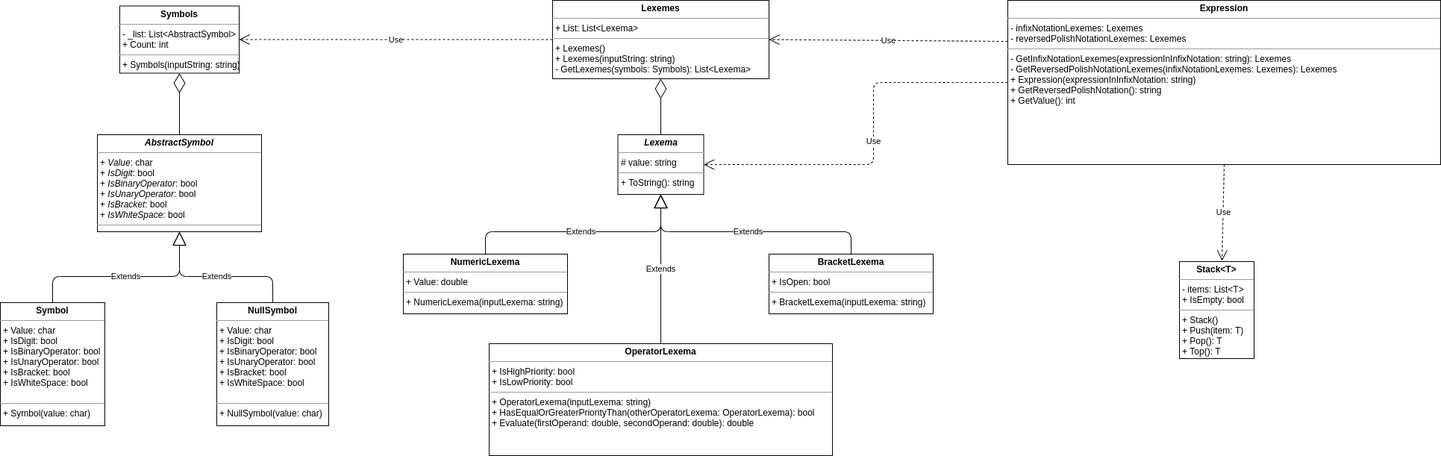
arngrey/02_ObjectOrientedProgrammingExample keeps this draw.io diagram as UML.png. Above is the earlier version. Source tidied: cells renumbered, new cells last; positions are measured from the earlier drawing's top-left corner, leaving out a move shared by most shapes.
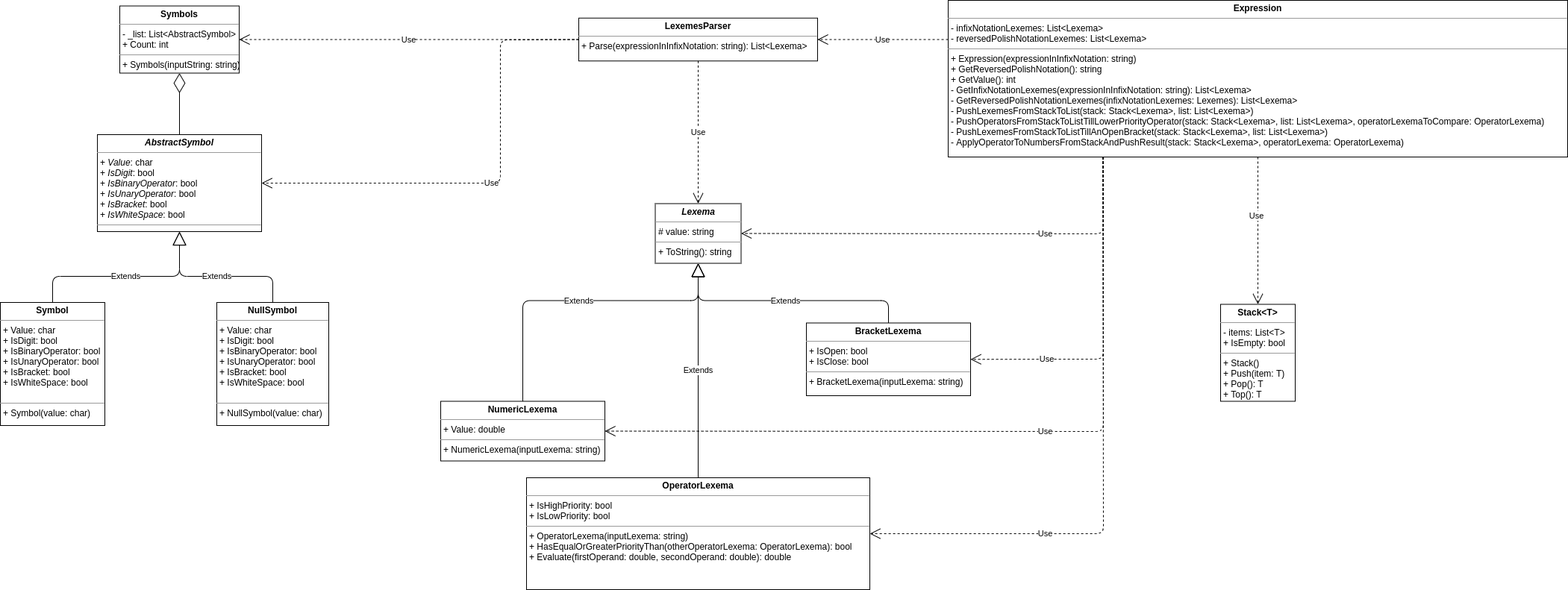
The same diagram one commit later.

Commit message:
Обновил UML

The edit, as a diff of the source:
```diff
@@ -3,98 +3,128 @@
     <mxCell id="0" />
     <mxCell id="1" parent="0" />
     <mxCell id="2" value="&lt;p style=&quot;margin: 0px ; margin-top: 4px ; text-align: center&quot;&gt;&lt;b&gt;&lt;i&gt;Lexema&lt;/i&gt;&lt;/b&gt;&lt;/p&gt;&lt;hr size=&quot;1&quot;&gt;&lt;p style=&quot;margin: 0px ; margin-left: 4px&quot;&gt;# value: string&lt;/p&gt;&lt;hr size=&quot;1&quot;&gt;&lt;p style=&quot;margin: 0px ; margin-left: 4px&quot;&gt;+ ToString(): string&lt;/p&gt;" style="verticalAlign=top;align=left;overflow=fill;fontSize=12;fontFamily=Helvetica;html=1;" parent="1" vertex="1">
-      <mxGeometry x="827.5" y="180" width="115" height="80" as="geometry" />
+      <mxGeometry x="827.5" y="272.5" width="115" height="80" as="geometry" />
     </mxCell>
     <mxCell id="3" value="&lt;p style=&quot;margin: 0px ; margin-top: 4px ; text-align: center&quot;&gt;&lt;b&gt;Stack&amp;lt;T&amp;gt;&lt;/b&gt;&lt;/p&gt;&lt;hr size=&quot;1&quot;&gt;&lt;p style=&quot;margin: 0px ; margin-left: 4px&quot;&gt;- items: List&amp;lt;T&amp;gt;&lt;/p&gt;&lt;p style=&quot;margin: 0px ; margin-left: 4px&quot;&gt;+ IsEmpty: bool&lt;br&gt;&lt;/p&gt;&lt;hr size=&quot;1&quot;&gt;&lt;p style=&quot;margin: 0px ; margin-left: 4px&quot;&gt;+ Stack()&lt;/p&gt;&lt;p style=&quot;margin: 0px ; margin-left: 4px&quot;&gt;+ Push(item: T)&lt;/p&gt;&lt;p style=&quot;margin: 0px ; margin-left: 4px&quot;&gt;+ Pop(): T&lt;/p&gt;&lt;p style=&quot;margin: 0px ; margin-left: 4px&quot;&gt;+ Top(): T&lt;/p&gt;" style="verticalAlign=top;align=left;overflow=fill;fontSize=12;fontFamily=Helvetica;html=1;" parent="1" vertex="1">
-      <mxGeometry x="1580" y="350" width="100" height="130" as="geometry" />
+      <mxGeometry x="1585" y="407.5" width="100" height="130" as="geometry" />
     </mxCell>
-    <mxCell id="4" value="&lt;p style=&quot;margin: 0px ; margin-top: 4px ; text-align: center&quot;&gt;&lt;b&gt;Expression&lt;/b&gt;&lt;/p&gt;&lt;hr size=&quot;1&quot;&gt;&lt;p style=&quot;margin: 0px ; margin-left: 4px&quot;&gt;- infixNotationLexemes: Lexemes&lt;/p&gt;&lt;p style=&quot;margin: 0px ; margin-left: 4px&quot;&gt;- reversedPolishNotationLexemes: Lexemes&lt;br&gt;&lt;/p&gt;&lt;hr size=&quot;1&quot;&gt;&lt;p style=&quot;margin: 0px ; margin-left: 4px&quot;&gt;- GetInfixNotationLexemes(expressionInInfixNotation: string): Lexemes&lt;/p&gt;&lt;p style=&quot;margin: 0px ; margin-left: 4px&quot;&gt;- GetReversedPolishNotationLexemes(infixNotationLexemes: Lexemes): Lexemes&lt;/p&gt;&lt;p style=&quot;margin: 0px ; margin-left: 4px&quot;&gt;+ Expression(expressionInInfixNotation: string)&lt;br style=&quot;padding: 0px ; margin: 0px&quot;&gt;+ GetReversedPolishNotation(): string&lt;br style=&quot;padding: 0px ; margin: 0px&quot;&gt;+ GetValue(): int&lt;br&gt;&lt;/p&gt;" style="verticalAlign=top;align=left;overflow=fill;fontSize=12;fontFamily=Helvetica;html=1;" parent="1" vertex="1">
-      <mxGeometry x="1350" width="580" height="220" as="geometry" />
+    <mxCell id="4" value="&lt;p style=&quot;margin: 0px ; margin-top: 4px ; text-align: center&quot;&gt;&lt;b&gt;Expression&lt;/b&gt;&lt;/p&gt;&lt;hr size=&quot;1&quot;&gt;&lt;p style=&quot;margin: 0px ; margin-left: 4px&quot;&gt;- infixNotationLexemes: List&amp;lt;Lexema&amp;gt;&lt;/p&gt;&lt;p style=&quot;margin: 0px ; margin-left: 4px&quot;&gt;- reversedPolishNotationLexemes: List&amp;lt;Lexema&amp;gt;&lt;br&gt;&lt;/p&gt;&lt;hr size=&quot;1&quot;&gt;&lt;p style=&quot;margin: 0px ; margin-left: 4px&quot;&gt;+ Expression(expressionInInfixNotation: string)&lt;br style=&quot;padding: 0px ; margin: 0px&quot;&gt;+ GetReversedPolishNotation(): string&lt;br style=&quot;padding: 0px ; margin: 0px&quot;&gt;+ GetValue(): int&lt;br&gt;- GetInfixNotationLexemes(expressionInInfixNotation: string): List&amp;lt;Lexema&amp;gt;&lt;/p&gt;&lt;p style=&quot;margin: 0px ; margin-left: 4px&quot;&gt;- GetReversedPolishNotationLexemes(infixNotationLexemes: Lexemes): List&amp;lt;Lexema&amp;gt;&lt;/p&gt;&lt;p style=&quot;margin: 0px ; margin-left: 4px&quot;&gt;-&amp;nbsp;PushLexemesFromStackToList(stack:&amp;nbsp;Stack&amp;lt;Lexema&amp;gt;,&amp;nbsp;list:&amp;nbsp;List&amp;lt;Lexema&amp;gt;&lt;span&gt;)&lt;/span&gt;&lt;/p&gt;&lt;p style=&quot;margin: 0px ; margin-left: 4px&quot;&gt;-&amp;nbsp;PushOperatorsFromStackToListTillLowerPriorityOperator(stack: Stack&amp;lt;Lexema&amp;gt;, list: List&amp;lt;Lexema&amp;gt;, operatorLexemaToCompare: OperatorLexema)&lt;br&gt;-&amp;nbsp;PushLexemesFromStackToListTillAnOpenBracket(stack: Stack&amp;lt;Lexema&amp;gt;, list: List&amp;lt;Lexema&amp;gt;)&lt;br&gt;-&amp;nbsp;ApplyOperatorToNumbersFromStackAndPushResult(stack: Stack&amp;lt;Lexema&amp;gt;, operatorLexema: OperatorLexema)&lt;/p&gt;" style="verticalAlign=top;align=left;overflow=fill;fontSize=12;fontFamily=Helvetica;html=1;" parent="1" vertex="1">
+      <mxGeometry x="1220" width="830" height="210" as="geometry" />
     </mxCell>
     <mxCell id="5" value="&lt;p style=&quot;margin: 0px ; margin-top: 4px ; text-align: center&quot;&gt;&lt;b&gt;NumericLexema&lt;/b&gt;&lt;/p&gt;&lt;hr size=&quot;1&quot;&gt;&lt;p style=&quot;margin: 0px ; margin-left: 4px&quot;&gt;+ Value: double&lt;/p&gt;&lt;hr size=&quot;1&quot;&gt;&lt;p style=&quot;margin: 0px ; margin-left: 4px&quot;&gt;+ NumericLexema(inputLexema: string)&lt;/p&gt;" style="verticalAlign=top;align=left;overflow=fill;fontSize=12;fontFamily=Helvetica;html=1;" parent="1" vertex="1">
-      <mxGeometry x="540" y="340" width="220" height="80" as="geometry" />
+      <mxGeometry x="540" y="537.5" width="220" height="80" as="geometry" />
     </mxCell>
     <mxCell id="6" value="&lt;p style=&quot;margin: 0px ; margin-top: 4px ; text-align: center&quot;&gt;&lt;b&gt;OperatorLexema&lt;/b&gt;&lt;/p&gt;&lt;hr size=&quot;1&quot;&gt;&lt;p style=&quot;margin: 0px ; margin-left: 4px&quot;&gt;+ IsHighPriority: bool&lt;/p&gt;&lt;p style=&quot;margin: 0px ; margin-left: 4px&quot;&gt;+ IsLowPriority: bool&lt;/p&gt;&lt;hr size=&quot;1&quot;&gt;&lt;p style=&quot;margin: 0px ; margin-left: 4px&quot;&gt;+ OperatorLexema(inputLexema: string)&lt;/p&gt;&lt;p style=&quot;margin: 0px ; margin-left: 4px&quot;&gt;+ HasEqualOrGreaterPriorityThan(otherOperatorLexema: OperatorLexema): bool&lt;/p&gt;&lt;p style=&quot;margin: 0px ; margin-left: 4px&quot;&gt;+ Evaluate(firstOperand: double, secondOperand: double): double&lt;/p&gt;" style="verticalAlign=top;align=left;overflow=fill;fontSize=12;fontFamily=Helvetica;html=1;" parent="1" vertex="1">
-      <mxGeometry x="655" y="460" width="460" height="150" as="geometry" />
+      <mxGeometry x="655" y="640" width="460" height="150" as="geometry" />
     </mxCell>
-    <mxCell id="7" value="&lt;p style=&quot;margin: 0px ; margin-top: 4px ; text-align: center&quot;&gt;&lt;b&gt;BracketLexema&lt;/b&gt;&lt;/p&gt;&lt;hr size=&quot;1&quot;&gt;&lt;p style=&quot;margin: 0px ; margin-left: 4px&quot;&gt;+ IsOpen: bool&lt;/p&gt;&lt;hr size=&quot;1&quot;&gt;&lt;p style=&quot;margin: 0px ; margin-left: 4px&quot;&gt;+ BracketLexema(inputLexema: string)&lt;/p&gt;" style="verticalAlign=top;align=left;overflow=fill;fontSize=12;fontFamily=Helvetica;html=1;" parent="1" vertex="1">
-      <mxGeometry x="1030" y="340" width="220" height="80" as="geometry" />
+    <mxCell id="7" value="&lt;p style=&quot;margin: 0px ; margin-top: 4px ; text-align: center&quot;&gt;&lt;b&gt;BracketLexema&lt;/b&gt;&lt;/p&gt;&lt;hr size=&quot;1&quot;&gt;&lt;p style=&quot;margin: 0px ; margin-left: 4px&quot;&gt;+ IsOpen: bool&lt;/p&gt;&lt;p style=&quot;margin: 0px ; margin-left: 4px&quot;&gt;+ IsClose: bool&lt;/p&gt;&lt;hr size=&quot;1&quot;&gt;&lt;p style=&quot;margin: 0px ; margin-left: 4px&quot;&gt;+ BracketLexema(inputLexema: string)&lt;/p&gt;" style="verticalAlign=top;align=left;overflow=fill;fontSize=12;fontFamily=Helvetica;html=1;" parent="1" vertex="1">
+      <mxGeometry x="1030" y="432.5" width="220" height="97.5" as="geometry" />
     </mxCell>
     <mxCell id="8" value="&lt;p style=&quot;margin: 0px ; margin-top: 4px ; text-align: center&quot;&gt;&lt;b&gt;Symbol&lt;/b&gt;&lt;/p&gt;&lt;hr size=&quot;1&quot;&gt;&lt;p style=&quot;margin: 0px 0px 0px 4px&quot;&gt;+&amp;nbsp;Value: char&lt;/p&gt;&lt;p style=&quot;margin: 0px 0px 0px 4px&quot;&gt;+&amp;nbsp;IsDigit: bool&lt;/p&gt;&lt;p style=&quot;margin: 0px 0px 0px 4px&quot;&gt;+&amp;nbsp;IsBinaryOperator: bool&lt;br&gt;&lt;/p&gt;&lt;p style=&quot;margin: 0px 0px 0px 4px&quot;&gt;+&amp;nbsp;IsUnaryOperator: bool&lt;br&gt;&lt;/p&gt;&lt;p style=&quot;margin: 0px 0px 0px 4px&quot;&gt;+&amp;nbsp;IsBracket: bool&lt;br&gt;&lt;/p&gt;&lt;p style=&quot;margin: 0px 0px 0px 4px&quot;&gt;+&amp;nbsp;IsWhiteSpace: bool&lt;br&gt;&lt;/p&gt;&lt;div&gt;&lt;br&gt;&lt;/div&gt;&lt;hr size=&quot;1&quot;&gt;&lt;p style=&quot;margin: 0px ; margin-left: 4px&quot;&gt;+ Symbol(value: char)&lt;/p&gt;" style="verticalAlign=top;align=left;overflow=fill;fontSize=12;fontFamily=Helvetica;html=1;" parent="1" vertex="1">
-      <mxGeometry y="405" width="140" height="165" as="geometry" />
+      <mxGeometry x="-50" y="405" width="140" height="165" as="geometry" />
     </mxCell>
-    <mxCell id="9" value="&lt;p style=&quot;margin: 0px ; margin-top: 4px ; text-align: center&quot;&gt;&lt;b&gt;Lexemes&lt;/b&gt;&lt;/p&gt;&lt;hr size=&quot;1&quot;&gt;&lt;p style=&quot;margin: 0px ; margin-left: 4px&quot;&gt;+ List: List&amp;lt;Lexema&amp;gt;&lt;/p&gt;&lt;hr size=&quot;1&quot;&gt;&lt;p style=&quot;margin: 0px ; margin-left: 4px&quot;&gt;+ Lexemes()&lt;/p&gt;&lt;p style=&quot;margin: 0px ; margin-left: 4px&quot;&gt;+ Lexemes(inputString: string)&lt;/p&gt;&lt;p style=&quot;margin: 0px ; margin-left: 4px&quot;&gt;- GetLexemes(symbols: Symbols): List&amp;lt;Lexema&amp;gt;&lt;/p&gt;" style="verticalAlign=top;align=left;overflow=fill;fontSize=12;fontFamily=Helvetica;html=1;" parent="1" vertex="1">
-      <mxGeometry x="740" width="290" height="105" as="geometry" />
+    <mxCell id="9" value="&lt;p style=&quot;margin: 0px ; margin-top: 4px ; text-align: center&quot;&gt;&lt;b&gt;LexemesParser&lt;/b&gt;&lt;/p&gt;&lt;hr size=&quot;1&quot;&gt;&lt;p style=&quot;margin: 0px ; margin-left: 4px&quot;&gt;&lt;/p&gt;&lt;p style=&quot;margin: 0px ; margin-left: 4px&quot;&gt;+ Parse(expressionInInfixNotation: string):&amp;nbsp;List&amp;lt;Lexema&amp;gt;&lt;br&gt;&lt;/p&gt;" style="verticalAlign=top;align=left;overflow=fill;fontSize=12;fontFamily=Helvetica;html=1;" parent="1" vertex="1">
+      <mxGeometry x="725" y="23.8" width="320" height="57.5" as="geometry" />
     </mxCell>
     <mxCell id="10" value="Use" style="endArrow=open;endSize=12;dashed=1;html=1;exitX=0;exitY=0.25;exitDx=0;exitDy=0;entryX=1;entryY=0.5;entryDx=0;entryDy=0;" parent="1" edge="1" source="4" target="9">
       <mxGeometry relative="1" as="geometry" />
     </mxCell>
-    <mxCell id="11" style="endArrow=diamondThin;endFill=0;endSize=24;html=1;entryX=0.5;entryY=1;entryDx=0;entryDy=0;exitX=0.5;exitY=0;exitDx=0;exitDy=0;" parent="1" edge="1" source="2" target="9">
-      <mxGeometry relative="1" as="geometry" />
-    </mxCell>
     <mxCell id="12" value="Extends" style="endArrow=block;endSize=16;endFill=0;html=1;entryX=0.5;entryY=1;entryDx=0;entryDy=0;exitX=0.5;exitY=0;exitDx=0;exitDy=0;" parent="1" edge="1" source="5" target="2">
       <mxGeometry relative="1" as="geometry">
         <Array as="points">
-          <mxPoint x="650" y="310" />
-          <mxPoint x="885" y="310" />
+          <mxPoint x="650" y="402.5" />
+          <mxPoint x="885" y="402.5" />
         </Array>
       </mxGeometry>
     </mxCell>
     <mxCell id="13" value="Extends" style="endArrow=block;endSize=16;endFill=0;html=1;entryX=0.5;entryY=1;entryDx=0;entryDy=0;exitX=0.5;exitY=0;exitDx=0;exitDy=0;" parent="1" edge="1" target="2">
       <mxGeometry relative="1" as="geometry">
-        <mxPoint x="1140" y="340" as="sourcePoint" />
+        <mxPoint x="1140" y="432.5" as="sourcePoint" />
         <Array as="points">
-          <mxPoint x="1140" y="310" />
-          <mxPoint x="885" y="310" />
+          <mxPoint x="1140" y="402.5" />
+          <mxPoint x="885" y="402.5" />
         </Array>
       </mxGeometry>
     </mxCell>
     <mxCell id="14" value="Extends" style="endArrow=block;endSize=16;endFill=0;html=1;exitX=0.5;exitY=0;exitDx=0;exitDy=0;" parent="1" edge="1" source="6">
       <mxGeometry relative="1" as="geometry">
-        <mxPoint x="885" y="260" as="targetPoint" />
+        <mxPoint x="885" y="352.5" as="targetPoint" />
       </mxGeometry>
     </mxCell>
     <mxCell id="15" value="&lt;p style=&quot;margin: 0px ; margin-top: 4px ; text-align: center&quot;&gt;&lt;b&gt;Symbols&lt;/b&gt;&lt;/p&gt;&lt;hr size=&quot;1&quot;&gt;&lt;p style=&quot;margin: 0px ; margin-left: 4px&quot;&gt;- _list: List&amp;lt;AbstractSymbol&amp;gt;&lt;/p&gt;&lt;p style=&quot;margin: 0px ; margin-left: 4px&quot;&gt;+ Count: int&lt;/p&gt;&lt;hr size=&quot;1&quot;&gt;&lt;p style=&quot;margin: 0px ; margin-left: 4px&quot;&gt;+ Symbols(inputString: string)&lt;/p&gt;" style="verticalAlign=top;align=left;overflow=fill;fontSize=12;fontFamily=Helvetica;html=1;" parent="1" vertex="1">
-      <mxGeometry x="160" y="7.5" width="160" height="90" as="geometry" />
+      <mxGeometry x="110" y="7.5" width="160" height="90" as="geometry" />
     </mxCell>
-    <mxCell id="16" value="Use" style="endArrow=open;endSize=12;dashed=1;html=1;exitX=0;exitY=0.5;exitDx=0;exitDy=0;entryX=1;entryY=0.5;entryDx=0;entryDy=0;" parent="1" edge="1" source="9" target="15">
+    <mxCell id="16" value="Use" style="endArrow=open;endSize=12;dashed=1;html=1;entryX=1;entryY=0.5;entryDx=0;entryDy=0;exitX=0;exitY=0.5;exitDx=0;exitDy=0;" parent="1" edge="1" source="9" target="15">
       <mxGeometry relative="1" as="geometry" />
     </mxCell>
     <mxCell id="17" value="&lt;p style=&quot;margin: 0px ; margin-top: 4px ; text-align: center&quot;&gt;&lt;b&gt;&lt;i&gt;AbstractSymbol&lt;/i&gt;&lt;/b&gt;&lt;/p&gt;&lt;hr size=&quot;1&quot;&gt;&lt;p style=&quot;margin: 0px ; margin-left: 4px&quot;&gt;+ &lt;i&gt;Value&lt;/i&gt;: char&lt;/p&gt;&lt;p style=&quot;margin: 0px ; margin-left: 4px&quot;&gt;+ &lt;i&gt;IsDigit&lt;/i&gt;: bool&lt;/p&gt;&lt;p style=&quot;margin: 0px ; margin-left: 4px&quot;&gt;+&amp;nbsp;&lt;i&gt;IsBinaryOperator&lt;/i&gt;: bool&lt;br&gt;&lt;/p&gt;&lt;p style=&quot;margin: 0px ; margin-left: 4px&quot;&gt;+&amp;nbsp;&lt;i&gt;IsUnaryOperator&lt;/i&gt;: bool&lt;br&gt;&lt;/p&gt;&lt;p style=&quot;margin: 0px ; margin-left: 4px&quot;&gt;+&amp;nbsp;&lt;i&gt;IsBracket&lt;/i&gt;: bool&lt;br&gt;&lt;/p&gt;&lt;p style=&quot;margin: 0px ; margin-left: 4px&quot;&gt;+&amp;nbsp;&lt;i&gt;IsWhiteSpace&lt;/i&gt;: bool&lt;br&gt;&lt;/p&gt;&lt;hr size=&quot;1&quot;&gt;&lt;p style=&quot;margin: 0px ; margin-left: 4px&quot;&gt;&lt;br&gt;&lt;/p&gt;" style="verticalAlign=top;align=left;overflow=fill;fontSize=12;fontFamily=Helvetica;html=1;" parent="1" vertex="1">
-      <mxGeometry x="130" y="180" width="220" height="130" as="geometry" />
+      <mxGeometry x="80" y="180" width="220" height="130" as="geometry" />
     </mxCell>
     <mxCell id="18" style="endArrow=diamondThin;endFill=0;endSize=24;html=1;entryX=0.5;entryY=1;entryDx=0;entryDy=0;exitX=0.5;exitY=0;exitDx=0;exitDy=0;" parent="1" edge="1" source="17" target="15">
       <mxGeometry relative="1" as="geometry" />
     </mxCell>
     <mxCell id="19" value="&lt;p style=&quot;margin: 0px ; margin-top: 4px ; text-align: center&quot;&gt;&lt;b&gt;NullSymbol&lt;/b&gt;&lt;/p&gt;&lt;hr size=&quot;1&quot;&gt;&lt;p style=&quot;margin: 0px 0px 0px 4px&quot;&gt;+&amp;nbsp;Value: char&lt;/p&gt;&lt;p style=&quot;margin: 0px 0px 0px 4px&quot;&gt;+&amp;nbsp;IsDigit: bool&lt;/p&gt;&lt;p style=&quot;margin: 0px 0px 0px 4px&quot;&gt;+&amp;nbsp;IsBinaryOperator: bool&lt;br&gt;&lt;/p&gt;&lt;p style=&quot;margin: 0px 0px 0px 4px&quot;&gt;+&amp;nbsp;IsUnaryOperator: bool&lt;br&gt;&lt;/p&gt;&lt;p style=&quot;margin: 0px 0px 0px 4px&quot;&gt;+&amp;nbsp;IsBracket: bool&lt;br&gt;&lt;/p&gt;&lt;p style=&quot;margin: 0px 0px 0px 4px&quot;&gt;+&amp;nbsp;IsWhiteSpace: bool&lt;br&gt;&lt;/p&gt;&lt;div&gt;&lt;br&gt;&lt;/div&gt;&lt;hr size=&quot;1&quot;&gt;&lt;p style=&quot;margin: 0px ; margin-left: 4px&quot;&gt;+ NullSymbol(value: char)&lt;/p&gt;" style="verticalAlign=top;align=left;overflow=fill;fontSize=12;fontFamily=Helvetica;html=1;" parent="1" vertex="1">
-      <mxGeometry x="290" y="405" width="150" height="165" as="geometry" />
+      <mxGeometry x="240" y="405" width="150" height="165" as="geometry" />
     </mxCell>
     <mxCell id="20" value="Extends" style="endArrow=block;endSize=16;endFill=0;html=1;entryX=0.5;entryY=1;entryDx=0;entryDy=0;exitX=0.5;exitY=0;exitDx=0;exitDy=0;" parent="1" edge="1" source="8" target="17">
       <mxGeometry relative="1" as="geometry">
         <Array as="points">
-          <mxPoint x="70" y="370" />
-          <mxPoint x="240" y="370" />
+          <mxPoint x="20" y="370" />
+          <mxPoint x="190" y="370" />
         </Array>
       </mxGeometry>
     </mxCell>
     <mxCell id="21" value="Extends" style="endArrow=block;endSize=16;endFill=0;html=1;entryX=0.5;entryY=1;entryDx=0;entryDy=0;exitX=0.5;exitY=0;exitDx=0;exitDy=0;" parent="1" edge="1" source="19" target="17">
       <mxGeometry relative="1" as="geometry">
         <Array as="points">
-          <mxPoint x="365" y="370" />
-          <mxPoint x="240" y="370" />
+          <mxPoint x="315" y="370" />
+          <mxPoint x="190" y="370" />
         </Array>
       </mxGeometry>
     </mxCell>
-    <mxCell id="22" value="Use" style="endArrow=open;endSize=12;dashed=1;html=1;exitX=0.5;exitY=1;exitDx=0;exitDy=0;entryX=0.57;entryY=-0.008;entryDx=0;entryDy=0;entryPerimeter=0;" parent="1" edge="1" source="4" target="3">
-      <mxGeometry relative="1" as="geometry" />
+    <mxCell id="22" value="Use" style="endArrow=open;endSize=12;dashed=1;html=1;exitX=0.5;exitY=1;exitDx=0;exitDy=0;entryX=0.5;entryY=0;entryDx=0;entryDy=0;" parent="1" edge="1" source="4" target="3">
+      <mxGeometry x="-0.2" y="-1" relative="1" as="geometry">
+        <mxPoint x="-1" as="offset" />
+      </mxGeometry>
     </mxCell>
+    <mxCell id="24" value="Use" style="endArrow=open;endSize=12;dashed=1;html=1;exitX=0;exitY=0.5;exitDx=0;exitDy=0;entryX=1;entryY=0.5;entryDx=0;entryDy=0;" parent="1" edge="1" source="9" target="17">
+      <mxGeometry relative="1" as="geometry">
+        <Array as="points">
+          <mxPoint x="620" y="53" />
+          <mxPoint x="620" y="245" />
+        </Array>
+      </mxGeometry>
+    </mxCell>
+    <mxCell id="25" value="Use" style="endArrow=open;endSize=12;dashed=1;html=1;exitX=0.5;exitY=1;exitDx=0;exitDy=0;entryX=0.5;entryY=0;entryDx=0;entryDy=0;" parent="1" edge="1" source="9" target="2">
+      <mxGeometry relative="1" as="geometry" />
+    </mxCell>
-    <mxCell id="23" value="Use" style="endArrow=open;endSize=12;dashed=1;html=1;entryX=1;entryY=0.5;entryDx=0;entryDy=0;exitX=0;exitY=0.5;exitDx=0;exitDy=0;" parent="1" edge="1" source="4" target="2">
-      <mxGeometry relative="1" as="geometry">
+    <mxCell id="23" value="Use" style="endArrow=open;endSize=12;dashed=1;html=1;exitX=0.25;exitY=1;exitDx=0;exitDy=0;entryX=1;entryY=0.5;entryDx=0;entryDy=0;" parent="1" edge="1" source="4" target="2">
+      <mxGeometry x="-0.38" relative="1" as="geometry">
         <Array as="points">
-          <mxPoint x="1170" y="110" />
-          <mxPoint x="1170" y="220" />
+          <mxPoint x="1428" y="313" />
         </Array>
       </mxGeometry>
     </mxCell>
+    <mxCell id="26" value="Use" style="endArrow=open;endSize=12;dashed=1;html=1;exitX=0.25;exitY=1;exitDx=0;exitDy=0;entryX=1;entryY=0.5;entryDx=0;entryDy=0;" parent="1" edge="1" source="4" target="7">
+      <mxGeometry x="0.55" relative="1" as="geometry">
+        <Array as="points">
+          <mxPoint x="1428" y="481" />
+        </Array>
+      </mxGeometry>
+    </mxCell>
+    <mxCell id="27" value="Use" style="endArrow=open;endSize=12;dashed=1;html=1;exitX=0.25;exitY=1;exitDx=0;exitDy=0;entryX=1;entryY=0.5;entryDx=0;entryDy=0;" parent="1" edge="1" source="4" target="5">
+      <mxGeometry x="-0.14" relative="1" as="geometry">
+        <Array as="points">
+          <mxPoint x="1428" y="578" />
+        </Array>
+      </mxGeometry>
+    </mxCell>
+    <mxCell id="28" value="Use" style="endArrow=open;endSize=12;dashed=1;html=1;exitX=0.25;exitY=1;exitDx=0;exitDy=0;entryX=1;entryY=0.5;entryDx=0;entryDy=0;" parent="1" edge="1" source="4" target="6">
+      <mxGeometry x="0.43" relative="1" as="geometry">
+        <Array as="points">
+          <mxPoint x="1428" y="715" />
+        </Array>
+      </mxGeometry>
+    </mxCell>
   </root>
 </mxGraphModel>
```
